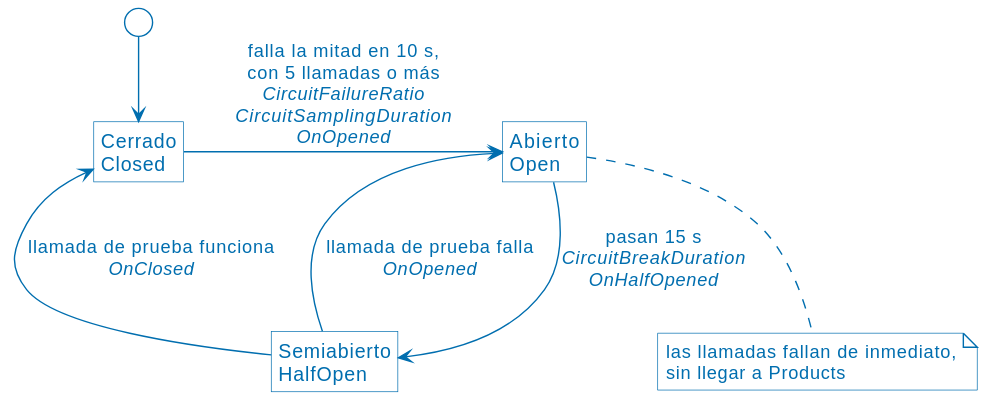
ucudal/ANDIS2_UT4_DEMO1 keeps this PlantUML diagram as assets/02-circuit-breaker.svg. Above is the earlier version. Source of this version:
```plantuml
@startuml
!include PlantUML.style


hide empty description

state "Cerrado\nClosed" as Closed
state "Abierto\nOpen" as Open
state "Semiabierto\nHalfOpen" as HalfOpen

[*] --> Closed
Closed -right-> Open : falla la mitad en 10 s,\ncon 5 llamadas o más\n//CircuitFailureRatio//\n//CircuitSamplingDuration//\n//OnOpened//
Open -down-> HalfOpen : pasan 15 s\n//CircuitBreakDuration//\n//OnHalfOpened//
HalfOpen -up-> Open : llamada de prueba falla\n//OnOpened//
HalfOpen -left-> Closed : llamada de prueba funciona\n//OnClosed//
note bottom of Open : las llamadas fallan de inmediato,\nsin llegar a Products
@enduml
```
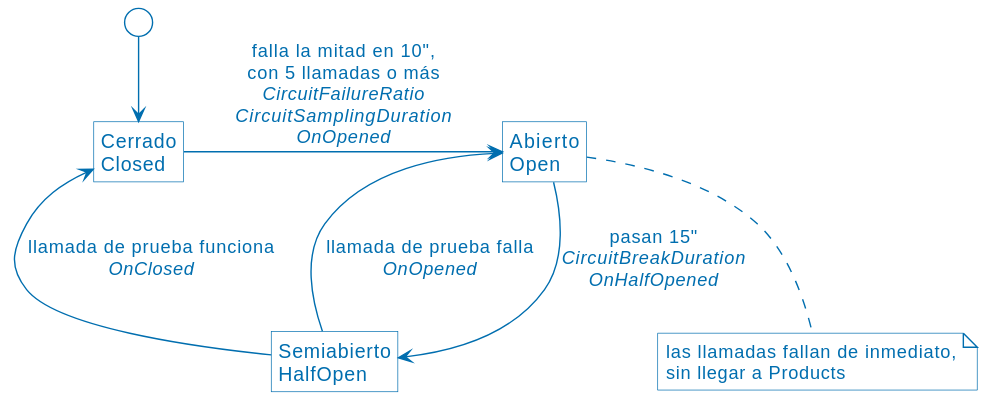
The same diagram one commit later.

What changed in the source:
```diff
@@ -9,8 +9,8 @@
 state "Semiabierto\nHalfOpen" as HalfOpen
 
 [*] --> Closed
-Closed -right-> Open : falla la mitad en 10 s,\ncon 5 llamadas o más\n//CircuitFailureRatio//\n//CircuitSamplingDuration//\n//OnOpened//
-Open -down-> HalfOpen : pasan 15 s\n//CircuitBreakDuration//\n//OnHalfOpened//
+Closed -right-> Open : falla la mitad en 10",\ncon 5 llamadas o más\n//CircuitFailureRatio//\n//CircuitSamplingDuration//\n//OnOpened//
+Open -down-> HalfOpen : pasan 15"\n//CircuitBreakDuration//\n//OnHalfOpened//
 HalfOpen -up-> Open : llamada de prueba falla\n//OnOpened//
 HalfOpen -left-> Closed : llamada de prueba funciona\n//OnClosed//
 note bottom of Open : las llamadas fallan de inmediato,\nsin llegar a Products
```
